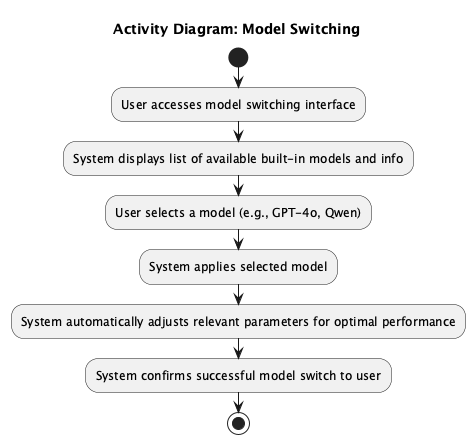
Before: latex/UML/Activity/Model-Switching.png, a diagram exported from PlantUML (stepbystepcode/CodeWay).
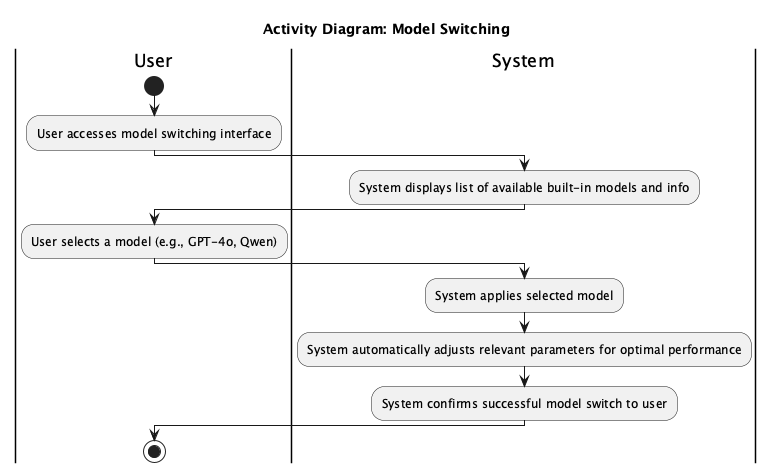
The same diagram one commit later.

Diff of the diagram source:
```diff
@@ -1,13 +1,22 @@
 @startuml
 title Activity Diagram: Model Switching
 
+|User|
 start
 :User accesses model switching interface;
+
+|System|
 :System displays list of available built-in models and info;
+
+|User|
 :User selects a model (e.g., GPT-4o, Qwen);
+
+|System|
 :System applies selected model;
 :System automatically adjusts relevant parameters for optimal performance;
 :System confirms successful model switch to user;
+
+|User|
 stop
 
 @enduml
```
